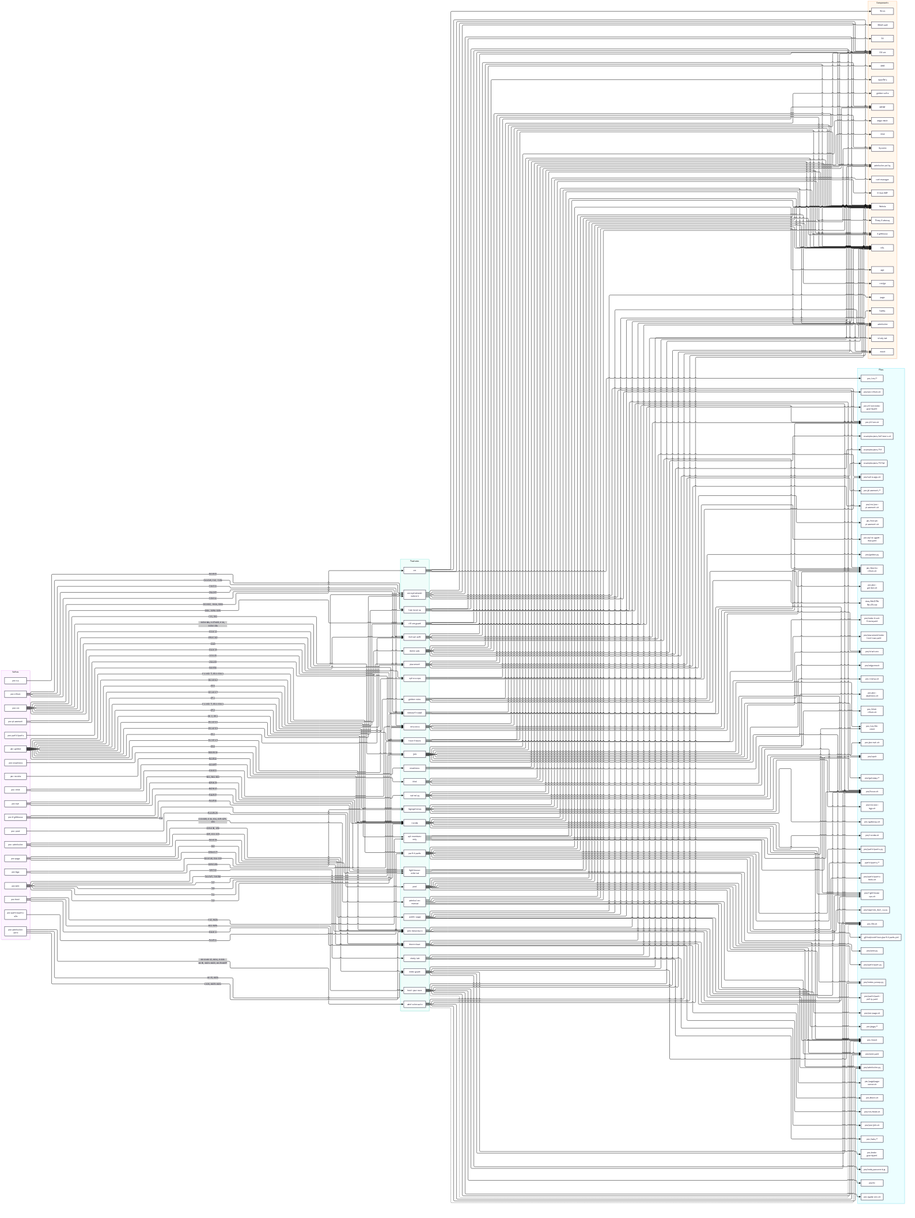
This is docs/diagrams/features.png from villadalmine/k8s-lan-party, a Mermaid export, as it was before one commit. Its source is kept beside it as docs/diagrams/features.mmd.
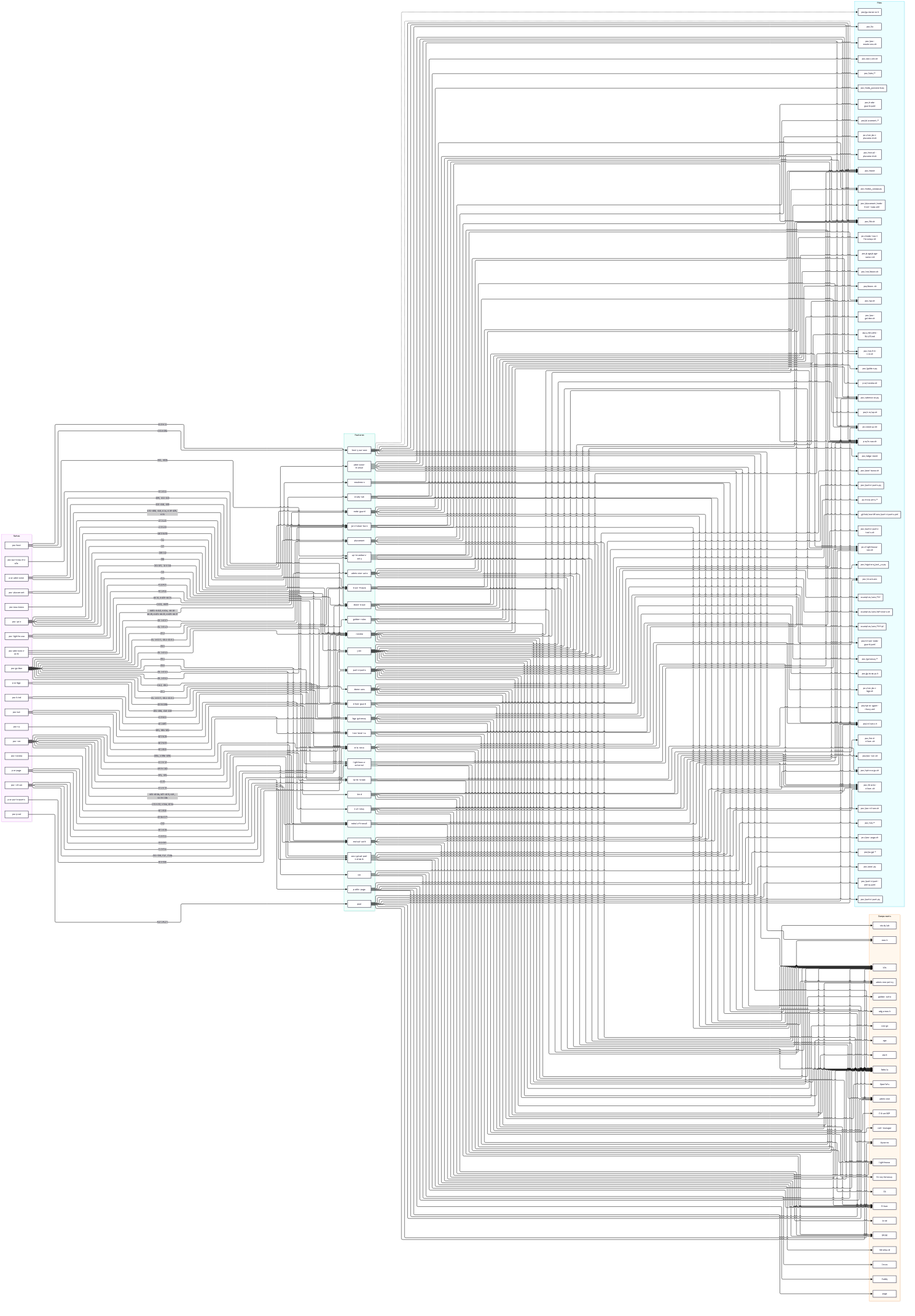
The same diagram one commit later.

Change to the diagram source:
```diff
@@ -87,6 +87,7 @@
     p_poc_lib_sh["poc/lib.sh"]
     p_poc_issue_sh["poc/issue.sh"]
     p_poc_stack_env["poc/stack.env"]
+    p_poc_pool_lease_sh["poc/pool-lease.sh"]
     p_poc_labs__["poc/labs/*"]
     p_poc_poc_join_sh["poc/poc-join.sh"]
     p_poc_mesh["poc/mesh"]
@@ -149,6 +150,7 @@
   f_join -.-> p_poc_lib_sh
   f_join -.-> p_poc_issue_sh
   f_join -.-> p_poc_stack_env
+  f_join -.-> p_poc_pool_lease_sh
   s_poc_join -->|"J09-J12"| f_study_lab
   f_study_lab --> c_k3s
   f_study_lab --> c_study_lab
```
